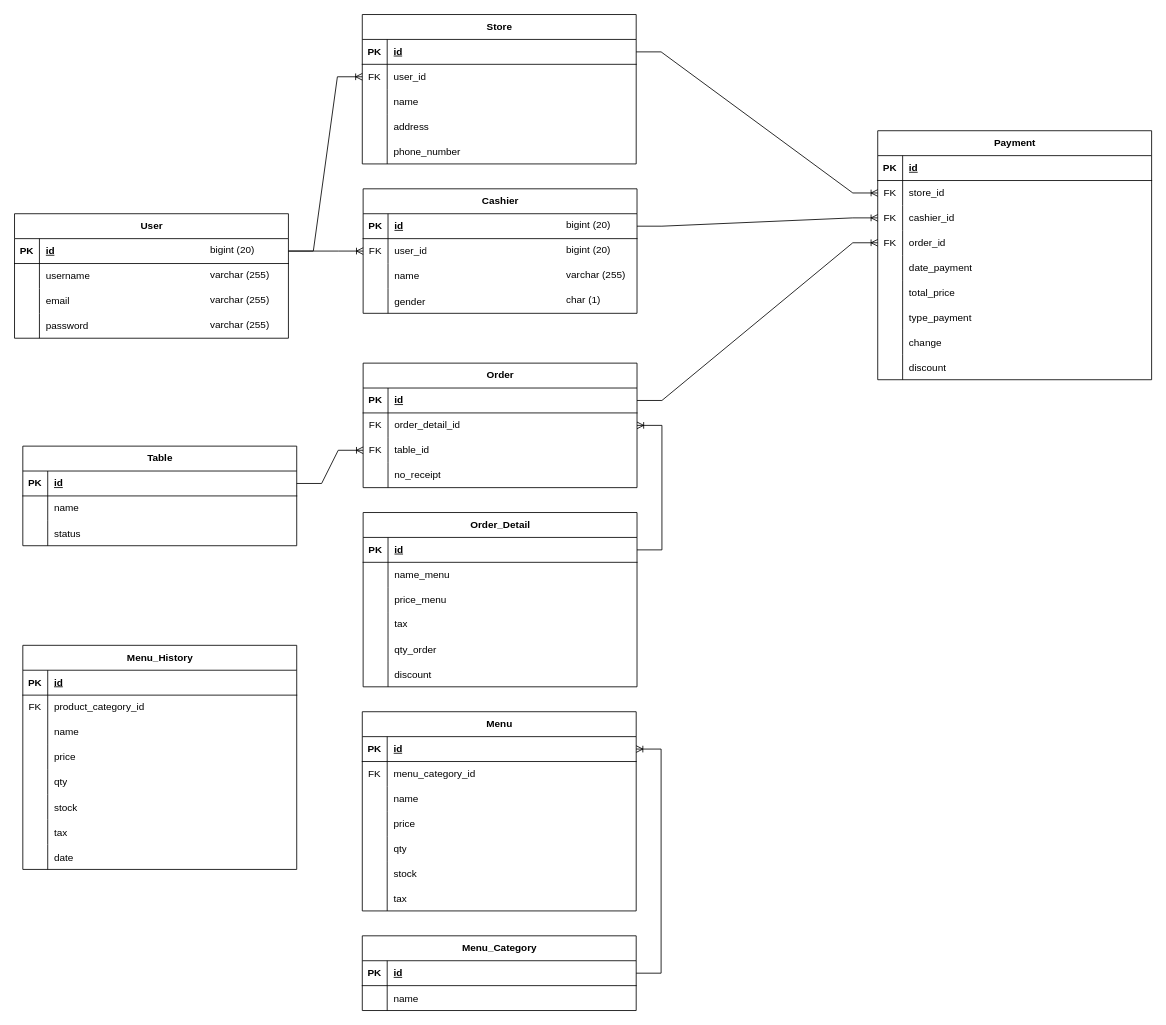
ProjectPKL-Argenesia/CoffeeShopCashier keeps this draw.io diagram as Normalisasi Kasir.drawio. Above is the earlier version. Source tidied: cells renumbered, new cells numbered last; positions are measured from the earlier drawing's top-left corner, leaving out a move shared by most shapes. Both pictures are drawn from the tidied source at 83%, with x=0, y=0 at pixel (14, 14).
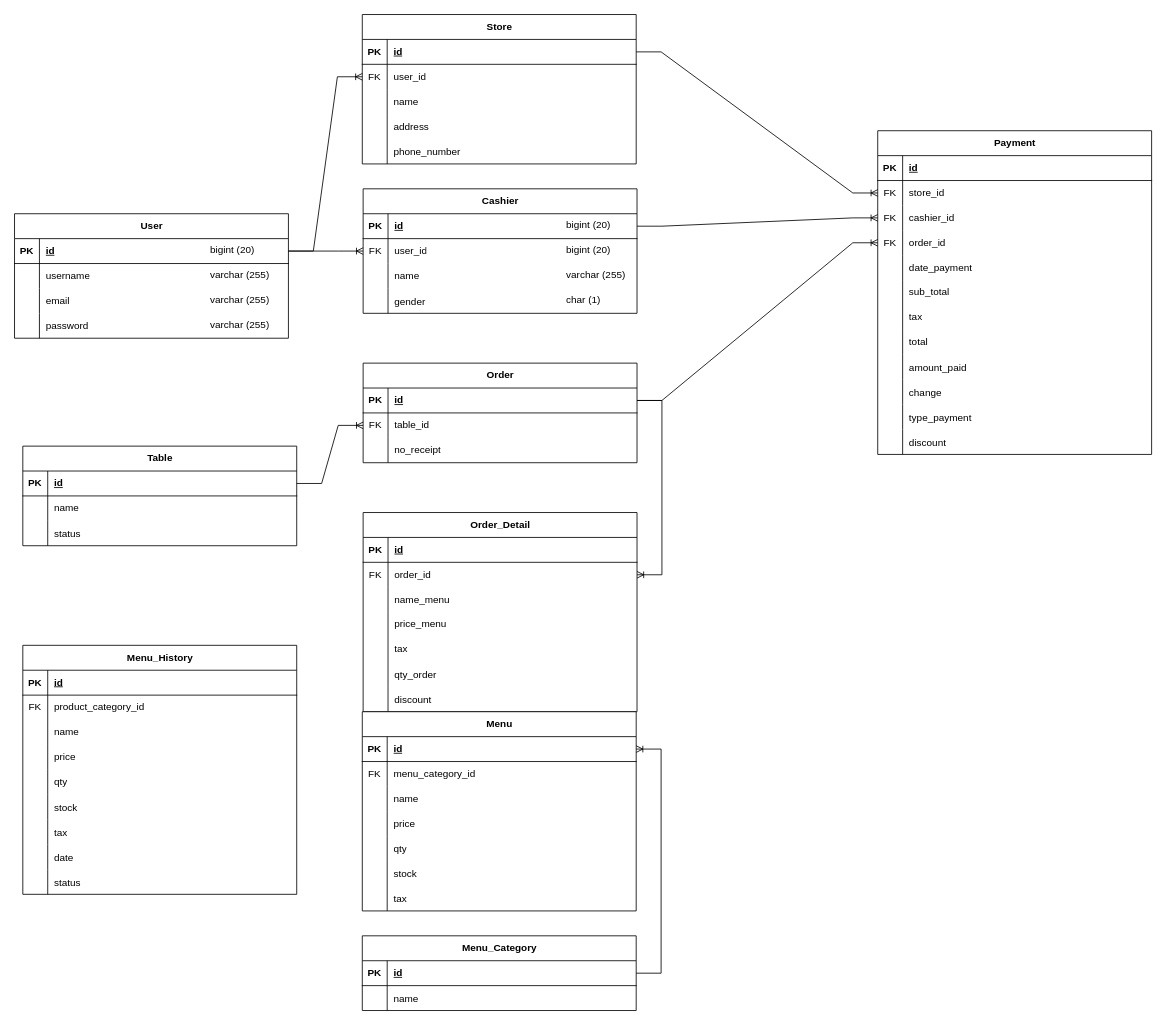
After the change.

Unchanged cells that the change refers to:
```xml
<mxCell id="37" style="shape=tableRow;horizontal=0;startSize=0;swimlaneHead=0;swimlaneBody=0;fillColor=none;points=[[0,0.5],[1,0.5]];portConstraint=eastwest;top=0;left=0;right=0;bottom=1;" parent="36" vertex="1">
  <mxGeometry y="30" width="330" height="30" as="geometry" />
</mxCell>
<mxCell id="50" style="shape=tableRow;horizontal=0;startSize=0;swimlaneHead=0;swimlaneBody=0;fillColor=none;points=[[0,0.5],[1,0.5]];portConstraint=eastwest;top=0;left=0;right=0;bottom=1;" parent="49" vertex="1">
  <mxGeometry y="30" width="330" height="30" as="geometry" />
</mxCell>
```

The edit, as a diff of the source:
```diff
@@
     <mxCell id="36" value="Order" style="shape=table;startSize=30;childLayout=tableLayout;rowLines=0;fontStyle=1;align=center;html=1;" parent="1" vertex="1">
-      <mxGeometry x="420" y="420" width="330" height="150" as="geometry" />
+      <mxGeometry x="420" y="420" width="330" height="120" as="geometry" />
     </mxCell>
@@
-    <mxCell id="40" style="shape=tableRow;horizontal=0;startSize=0;swimlaneHead=0;swimlaneBody=0;fillColor=none;points=[[0,0.5],[1,0.5]];portConstraint=eastwest;top=0;left=0;right=0;bottom=0;" parent="36" vertex="1">
-      <mxGeometry y="60" width="330" height="30" as="geometry" />
-    </mxCell>
-    <mxCell id="41" value="FK" style="shape=partialRectangle;fillColor=none;top=0;left=0;bottom=0;right=0;fontStyle=0;overflow=hidden;whiteSpace=wrap;html=1;" parent="40" vertex="1">
-      <mxGeometry width="30" height="30" as="geometry" />
-    </mxCell>
-    <mxCell id="42" value="order_detail_id" style="shape=partialRectangle;fillColor=none;top=0;left=0;bottom=0;right=0;align=left;spacingLeft=6;fontStyle=0;overflow=hidden;whiteSpace=wrap;html=1;" parent="40" vertex="1">
-      <mxGeometry x="30" width="300" height="30" as="geometry" />
-    </mxCell>
     <mxCell id="43" style="shape=tableRow;horizontal=0;startSize=0;swimlaneHead=0;swimlaneBody=0;fillColor=none;points=[[0,0.5],[1,0.5]];portConstraint=eastwest;top=0;left=0;right=0;bottom=0;" parent="36" vertex="1">
-      <mxGeometry y="90" width="330" height="30" as="geometry" />
+      <mxGeometry y="60" width="330" height="30" as="geometry" />
     </mxCell>
@@
     <mxCell id="46" style="shape=tableRow;horizontal=0;startSize=0;swimlaneHead=0;swimlaneBody=0;fillColor=none;top=0;left=0;right=0;bottom=0;" parent="36" vertex="1">
-      <mxGeometry y="120" width="330" height="30" as="geometry" />
+      <mxGeometry y="90" width="330" height="30" as="geometry" />
     </mxCell>
@@
     <mxCell id="49" value="Order_Detail" style="shape=table;startSize=30;childLayout=tableLayout;rowLines=0;fontStyle=1;align=center;html=1;" parent="1" vertex="1">
-      <mxGeometry x="420" y="600" width="330" height="210" as="geometry" />
+      <mxGeometry x="420" y="600" width="330" height="240" as="geometry" />
     </mxCell>
@@
+    <mxCell id="40" style="shape=tableRow;horizontal=0;startSize=0;swimlaneHead=0;swimlaneBody=0;fillColor=none;points=[[0,0.5],[1,0.5]];portConstraint=eastwest;top=0;left=0;right=0;bottom=0;" parent="49" vertex="1">
+      <mxGeometry y="60" width="330" height="30" as="geometry" />
+    </mxCell>
+    <mxCell id="41" value="FK" style="shape=partialRectangle;fillColor=none;top=0;left=0;bottom=0;right=0;fontStyle=0;overflow=hidden;whiteSpace=wrap;html=1;" parent="40" vertex="1">
+      <mxGeometry width="30" height="30" as="geometry" />
+    </mxCell>
+    <mxCell id="184" value="order_id" style="shape=partialRectangle;fillColor=none;top=0;left=0;bottom=0;right=0;align=left;spacingLeft=6;fontStyle=0;overflow=hidden;whiteSpace=wrap;html=1;" parent="40" vertex="1">
+      <mxGeometry x="30" width="300" height="30" as="geometry" />
+    </mxCell>
     <mxCell id="53" style="shape=tableRow;horizontal=0;startSize=0;swimlaneHead=0;swimlaneBody=0;fillColor=none;top=0;left=0;right=0;bottom=0;" parent="49" vertex="1">
-      <mxGeometry y="60" width="330" height="30" as="geometry" />
+      <mxGeometry y="90" width="330" height="30" as="geometry" />
     </mxCell>
@@
     <mxCell id="56" style="shape=tableRow;horizontal=0;startSize=0;swimlaneHead=0;swimlaneBody=0;fillColor=none;top=0;left=0;right=0;bottom=0;" parent="49" vertex="1">
-      <mxGeometry y="90" width="330" height="30" as="geometry" />
+      <mxGeometry y="120" width="330" height="30" as="geometry" />
     </mxCell>
@@
     <mxCell id="59" style="shape=tableRow;horizontal=0;startSize=0;swimlaneHead=0;swimlaneBody=0;fillColor=none;top=0;left=0;right=0;bottom=0;" parent="49" vertex="1">
-      <mxGeometry y="120" width="330" height="30" as="geometry" />
+      <mxGeometry y="150" width="330" height="30" as="geometry" />
     </mxCell>
@@
     <mxCell id="62" style="shape=tableRow;horizontal=0;startSize=0;swimlaneHead=0;swimlaneBody=0;fillColor=none;top=0;left=0;right=0;bottom=0;" parent="49" vertex="1">
-      <mxGeometry y="150" width="330" height="30" as="geometry" />
+      <mxGeometry y="180" width="330" height="30" as="geometry" />
     </mxCell>
@@
     <mxCell id="65" style="shape=tableRow;horizontal=0;startSize=0;swimlaneHead=0;swimlaneBody=0;fillColor=none;top=0;left=0;right=0;bottom=0;" parent="49" vertex="1">
-      <mxGeometry y="180" width="330" height="30" as="geometry" />
+      <mxGeometry y="210" width="330" height="30" as="geometry" />
     </mxCell>
@@
     <mxCell id="113" value="Payment" style="shape=table;startSize=30;childLayout=tableLayout;rowLines=0;fontStyle=1;align=center;html=1;" parent="1" vertex="1">
-      <mxGeometry x="1040" y="140" width="330" height="300" as="geometry" />
+      <mxGeometry x="1040" y="140" width="330" height="390" as="geometry" />
     </mxCell>
@@
+    <mxCell id="185" style="shape=tableRow;horizontal=0;startSize=0;swimlaneHead=0;swimlaneBody=0;fillColor=none;top=0;left=0;right=0;bottom=0;" parent="113" vertex="1">
+      <mxGeometry y="180" width="330" height="30" as="geometry" />
+    </mxCell>
+    <mxCell id="186" style="shape=partialRectangle;fillColor=none;top=0;left=0;bottom=0;right=0;overflow=hidden;whiteSpace=wrap;html=1;" parent="185" vertex="1">
+      <mxGeometry width="30" height="30" as="geometry" />
+    </mxCell>
+    <mxCell id="187" value="sub_total" style="shape=partialRectangle;fillColor=none;top=0;left=0;bottom=0;right=0;align=left;spacingLeft=6;overflow=hidden;whiteSpace=wrap;html=1;" parent="185" vertex="1">
+      <mxGeometry x="30" width="300" height="30" as="geometry" />
+    </mxCell>
+    <mxCell id="188" style="shape=tableRow;horizontal=0;startSize=0;swimlaneHead=0;swimlaneBody=0;fillColor=none;top=0;left=0;right=0;bottom=0;" parent="113" vertex="1">
+      <mxGeometry y="210" width="330" height="30" as="geometry" />
+    </mxCell>
+    <mxCell id="189" style="shape=partialRectangle;fillColor=none;top=0;left=0;bottom=0;right=0;overflow=hidden;whiteSpace=wrap;html=1;" parent="188" vertex="1">
+      <mxGeometry width="30" height="30" as="geometry" />
+    </mxCell>
+    <mxCell id="190" value="tax" style="shape=partialRectangle;fillColor=none;top=0;left=0;bottom=0;right=0;align=left;spacingLeft=6;overflow=hidden;whiteSpace=wrap;html=1;" parent="188" vertex="1">
+      <mxGeometry x="30" width="300" height="30" as="geometry" />
+    </mxCell>
+    <mxCell id="191" style="shape=tableRow;horizontal=0;startSize=0;swimlaneHead=0;swimlaneBody=0;fillColor=none;top=0;left=0;right=0;bottom=0;" parent="113" vertex="1">
+      <mxGeometry y="240" width="330" height="30" as="geometry" />
+    </mxCell>
+    <mxCell id="192" style="shape=partialRectangle;fillColor=none;top=0;left=0;bottom=0;right=0;overflow=hidden;whiteSpace=wrap;html=1;" parent="191" vertex="1">
+      <mxGeometry width="30" height="30" as="geometry" />
+    </mxCell>
+    <mxCell id="193" value="total" style="shape=partialRectangle;fillColor=none;top=0;left=0;bottom=0;right=0;align=left;spacingLeft=6;overflow=hidden;whiteSpace=wrap;html=1;" parent="191" vertex="1">
+      <mxGeometry x="30" width="300" height="30" as="geometry" />
+    </mxCell>
     <mxCell id="129" style="shape=tableRow;horizontal=0;startSize=0;swimlaneHead=0;swimlaneBody=0;fillColor=none;top=0;left=0;right=0;bottom=0;" parent="113" vertex="1">
-      <mxGeometry y="180" width="330" height="30" as="geometry" />
+      <mxGeometry y="270" width="330" height="30" as="geometry" />
     </mxCell>
@@
-    <mxCell id="131" value="total_price" style="shape=partialRectangle;fillColor=none;top=0;left=0;bottom=0;right=0;align=left;spacingLeft=6;overflow=hidden;" parent="129" vertex="1">
+    <mxCell id="131" value="amount_paid" style="shape=partialRectangle;fillColor=none;top=0;left=0;bottom=0;right=0;align=left;spacingLeft=6;overflow=hidden;" parent="129" vertex="1">
       <mxGeometry x="30" width="300" height="30" as="geometry" />
     </mxCell>
     <mxCell id="132" style="shape=tableRow;horizontal=0;startSize=0;swimlaneHead=0;swimlaneBody=0;fillColor=none;top=0;left=0;right=0;bottom=0;" parent="113" vertex="1">
-      <mxGeometry y="210" width="330" height="30" as="geometry" />
+      <mxGeometry y="300" width="330" height="30" as="geometry" />
     </mxCell>
@@
-    <mxCell id="134" value="type_payment" style="shape=partialRectangle;fillColor=none;top=0;left=0;bottom=0;right=0;align=left;spacingLeft=6;overflow=hidden;" parent="132" vertex="1">
+    <mxCell id="134" value="change" style="shape=partialRectangle;fillColor=none;top=0;left=0;bottom=0;right=0;align=left;spacingLeft=6;overflow=hidden;" parent="132" vertex="1">
       <mxGeometry x="30" width="300" height="30" as="geometry" />
     </mxCell>
     <mxCell id="135" style="shape=tableRow;horizontal=0;startSize=0;swimlaneHead=0;swimlaneBody=0;fillColor=none;top=0;left=0;right=0;bottom=0;" parent="113" vertex="1">
-      <mxGeometry y="240" width="330" height="30" as="geometry" />
+      <mxGeometry y="330" width="330" height="30" as="geometry" />
     </mxCell>
@@
-    <mxCell id="137" value="change" style="shape=partialRectangle;fillColor=none;top=0;left=0;bottom=0;right=0;align=left;spacingLeft=6;overflow=hidden;labelBackgroundColor=default;" parent="135" vertex="1">
+    <mxCell id="137" value="type_payment" style="shape=partialRectangle;fillColor=none;top=0;left=0;bottom=0;right=0;align=left;spacingLeft=6;overflow=hidden;labelBackgroundColor=default;" parent="135" vertex="1">
       <mxGeometry x="30" width="300" height="30" as="geometry" />
     </mxCell>
     <mxCell id="138" style="shape=tableRow;horizontal=0;startSize=0;swimlaneHead=0;swimlaneBody=0;fillColor=none;top=0;left=0;right=0;bottom=0;" parent="113" vertex="1">
-      <mxGeometry y="270" width="330" height="30" as="geometry" />
+      <mxGeometry y="360" width="330" height="30" as="geometry" />
     </mxCell>
@@
-    <mxCell id="146" style="edgeStyle=entityRelationEdgeStyle;fontSize=12;html=1;endArrow=ERoneToMany;rounded=0;" parent="1" edge="1" source="50" target="40">
-      <mxGeometry relative="1" as="geometry" />
-    </mxCell>
@@
     <mxCell id="158" value="Menu_History" style="shape=table;startSize=30;childLayout=tableLayout;rowLines=0;fontStyle=1;align=center;html=1;" parent="1" vertex="1">
-      <mxGeometry x="10" y="760" width="330" height="270" as="geometry" />
+      <mxGeometry x="10" y="760" width="330" height="300" as="geometry" />
     </mxCell>
@@
+    <mxCell id="194" style="shape=tableRow;horizontal=0;startSize=0;swimlaneHead=0;swimlaneBody=0;fillColor=none;top=0;left=0;right=0;bottom=0;" parent="158" vertex="1">
+      <mxGeometry y="270" width="330" height="30" as="geometry" />
+    </mxCell>
+    <mxCell id="195" style="shape=partialRectangle;fillColor=none;top=0;left=0;bottom=0;right=0;overflow=hidden;" parent="194" vertex="1">
+      <mxGeometry width="30" height="30" as="geometry" />
+    </mxCell>
+    <mxCell id="196" value="status" style="shape=partialRectangle;fillColor=none;top=0;left=0;bottom=0;right=0;align=left;spacingLeft=6;overflow=hidden;" parent="194" vertex="1">
+      <mxGeometry x="30" width="300" height="30" as="geometry" />
+    </mxCell>
@@
+    <mxCell id="146" style="edgeStyle=entityRelationEdgeStyle;fontSize=12;html=1;endArrow=ERoneToMany;rounded=0;" parent="1" edge="1" source="37" target="40">
+      <mxGeometry relative="1" as="geometry" />
+    </mxCell>
```
